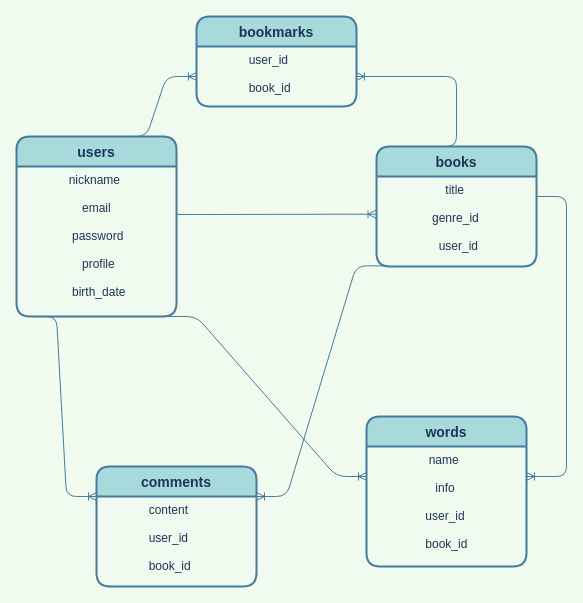
Before: er.dio in shotaogw/library, a draw.io diagram. Source tidied: cells renumbered, new cells numbered last; positions are measured from the earlier drawing's top-left corner, leaving out a move shared by most shapes. Both pictures are drawn from the tidied source at 100%, with x=0, y=0 at pixel (16, 16).
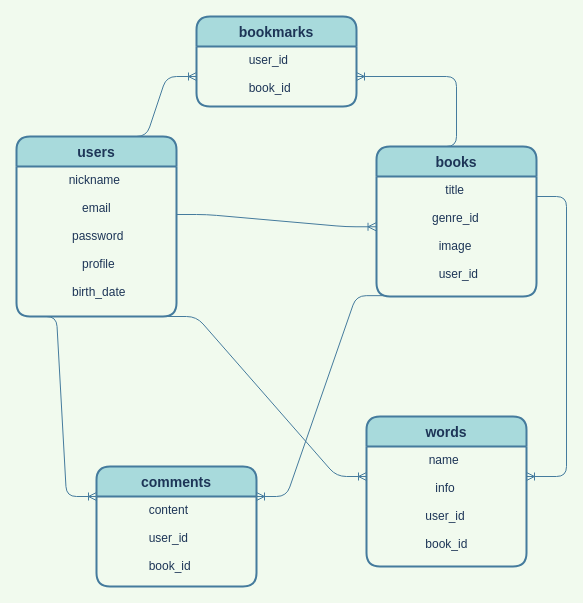
The same page after the edit.

The edit, as a diff of the source:
```diff
@@
     <mxCell id="6" value="books" style="swimlane;horizontal=1;startSize=30;rounded=1;fontSize=14;fontStyle=1;strokeWidth=2;shadow=0;dashed=0;align=center;fillColor=#A8DADC;strokeColor=#457B9D;fontColor=#1D3557;" parent="1" vertex="1">
-      <mxGeometry x="360" y="130" width="160" height="120" as="geometry" />
+      <mxGeometry x="360" y="130" width="160" height="150" as="geometry" />
     </mxCell>
-    <mxCell id="7" value="                   title&#10;&#10;               genre_id&#10;&#10;                 user_id" style="align=left;strokeColor=none;fillColor=none;spacingLeft=4;fontSize=12;verticalAlign=top;fontColor=#1D3557;" parent="6" vertex="1">
-      <mxGeometry y="30" width="160" height="90" as="geometry" />
+    <mxCell id="7" value="                   title&#10;&#10;               genre_id&#10;&#10;                 image&#10;&#10;                 user_id" style="align=left;strokeColor=none;fillColor=none;spacingLeft=4;fontSize=12;verticalAlign=top;fontColor=#1D3557;" parent="6" vertex="1">
+      <mxGeometry y="30" width="160" height="120" as="geometry" />
     </mxCell>
```
